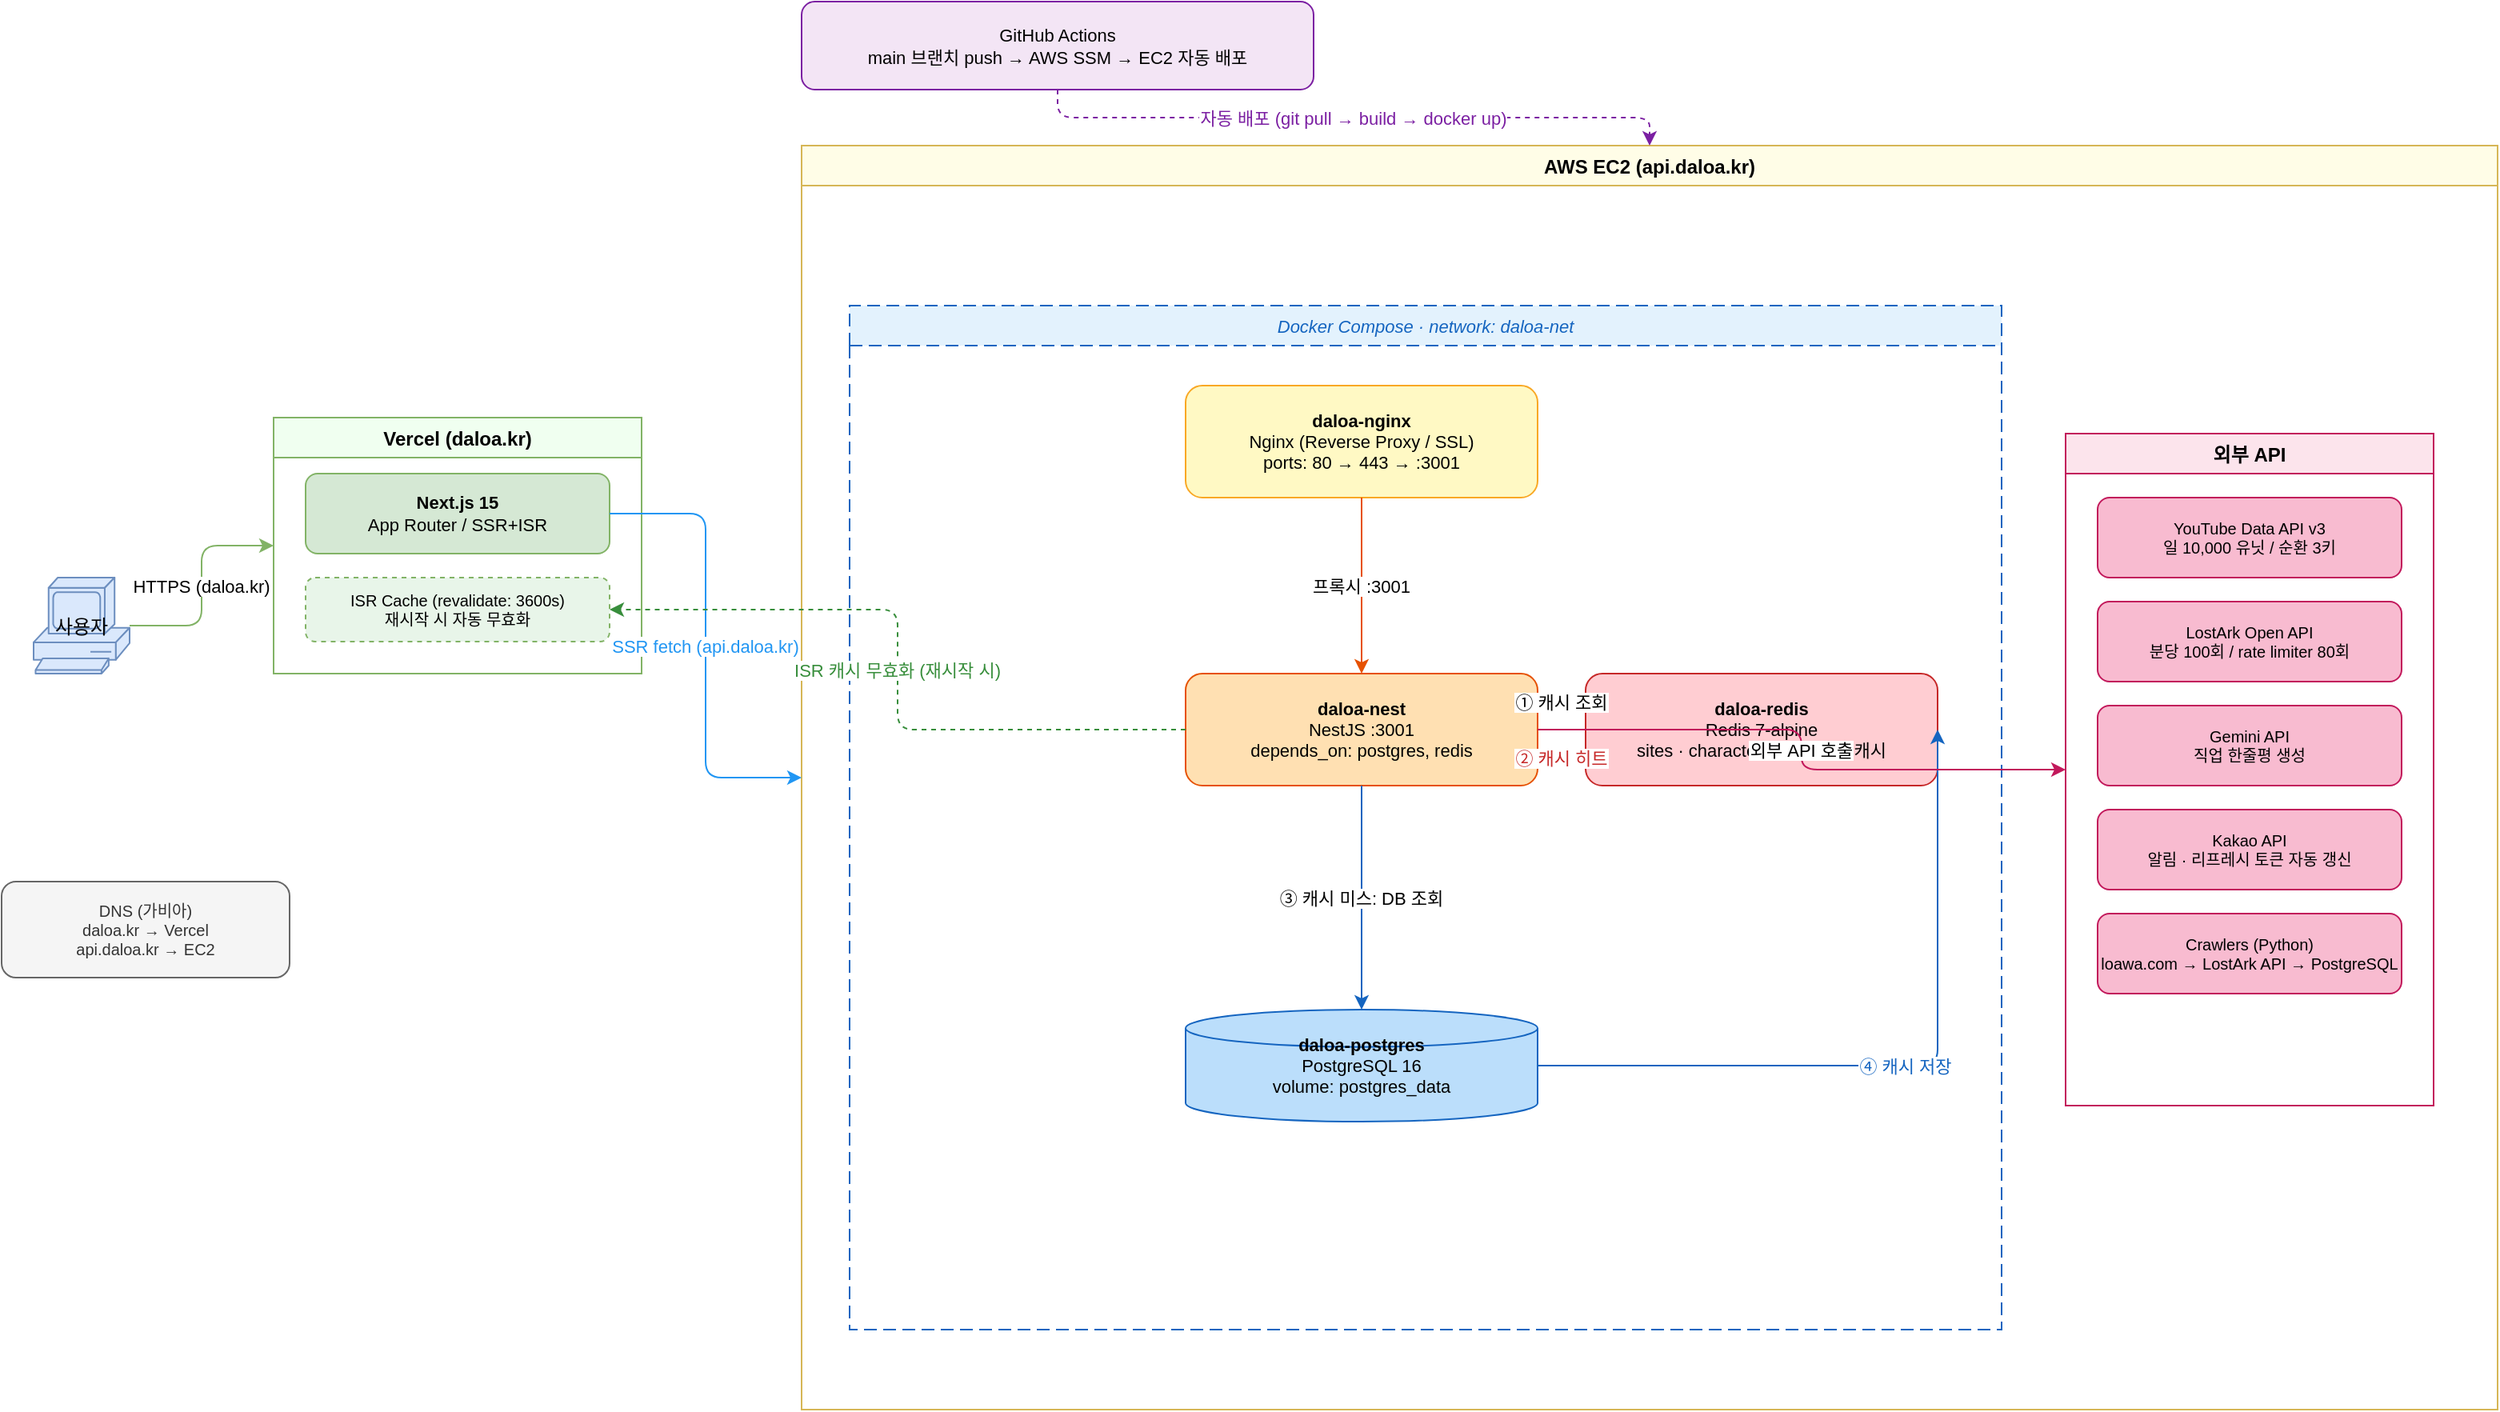
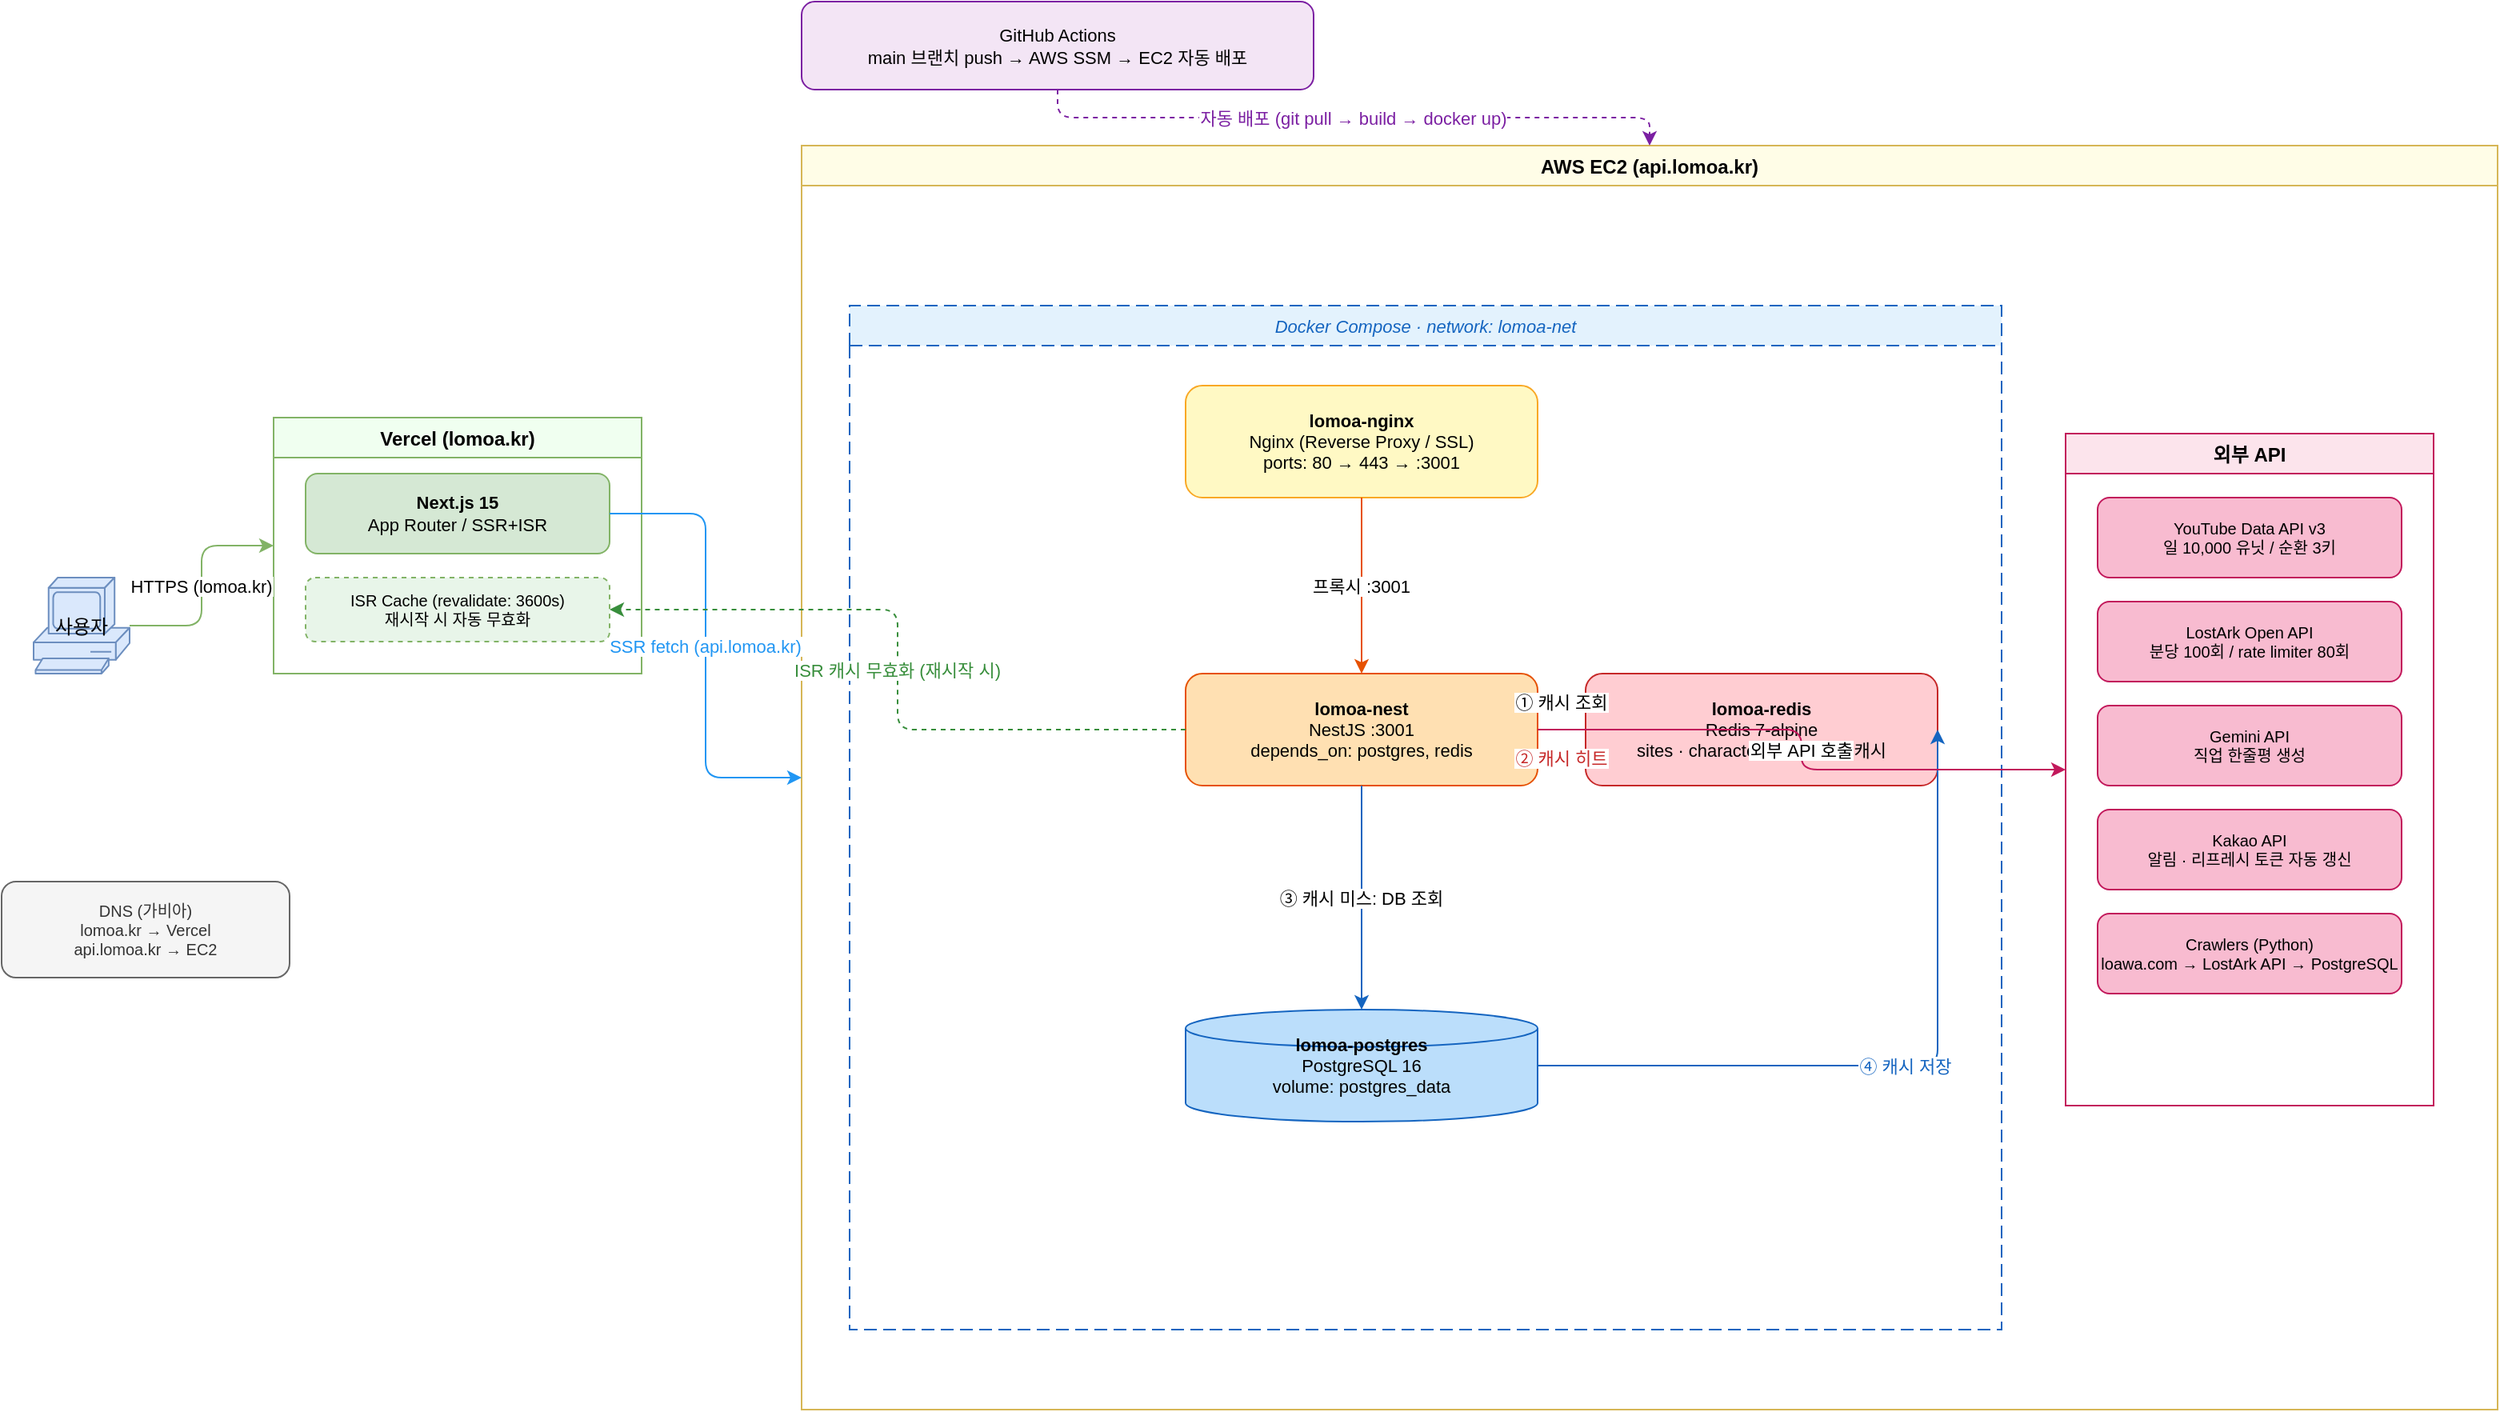
<mxfile host="65bd71144e">
-     <diagram name="Daloa Architecture" id="0">
+     <diagram name="Lomoa Architecture" id="0">
        <mxGraphModel dx="1422" dy="900" grid="1" gridSize="10" guides="1" tooltips="1" connect="1" arrows="1" fold="1" page="1" pageScale="1" pageWidth="1654" pageHeight="1169" math="0" shadow="0">
            <root>
                <mxCell id="0"/>
                <mxCell id="1" parent="0"/>

                <!-- 사용자 -->
                <mxCell id="2" value="사용자" style="shape=mxgraph.cisco.computers_and_peripherals.pc;fillColor=#dae8fc;strokeColor=#6c8ebf;labelBackgroundColor=none;" parent="1" vertex="1">
                    <mxGeometry x="60" y="390" width="60" height="60" as="geometry"/>
                </mxCell>

                <!-- DNS -->
-                 <mxCell id="40" value="DNS (가비아)&#xa;daloa.kr → Vercel&#xa;api.daloa.kr → EC2" style="rounded=1;whiteSpace=wrap;html=1;fillColor=#f5f5f5;strokeColor=#666666;fontColor=#333333;fontSize=10;" parent="1" vertex="1">
+                 <mxCell id="40" value="DNS (가비아)&#xa;lomoa.kr → Vercel&#xa;api.lomoa.kr → EC2" style="rounded=1;whiteSpace=wrap;html=1;fillColor=#f5f5f5;strokeColor=#666666;fontColor=#333333;fontSize=10;" parent="1" vertex="1">
                    <mxGeometry x="40" y="580" width="180" height="60" as="geometry"/>
                </mxCell>

                <!-- Vercel -->
-                 <mxCell id="30" value="Vercel (daloa.kr)" style="swimlane;startSize=25;fillColor=#f0fff0;strokeColor=#82b366;fontStyle=1;fontSize=12;" parent="1" vertex="1">
+                 <mxCell id="30" value="Vercel (lomoa.kr)" style="swimlane;startSize=25;fillColor=#f0fff0;strokeColor=#82b366;fontStyle=1;fontSize=12;" parent="1" vertex="1">
                    <mxGeometry x="210" y="290" width="230" height="160" as="geometry"/>
                </mxCell>
                <mxCell id="3" value="&lt;b&gt;Next.js 15&lt;/b&gt;&#xa;App Router / SSR+ISR" style="rounded=1;whiteSpace=wrap;html=1;fillColor=#d5e8d4;strokeColor=#82b366;fontSize=11;" parent="30" vertex="1">
                    <mxGeometry x="20" y="35" width="190" height="50" as="geometry"/>
                </mxCell>
                <mxCell id="31" value="ISR Cache (revalidate: 3600s)&#xa;재시작 시 자동 무효화" style="rounded=1;whiteSpace=wrap;html=1;fillColor=#e8f5e9;strokeColor=#82b366;fontSize=10;dashed=1;" parent="30" vertex="1">
                    <mxGeometry x="20" y="100" width="190" height="40" as="geometry"/>
                </mxCell>

                <!-- GitHub Actions -->
                <mxCell id="50" value="GitHub Actions&#xa;main 브랜치 push → AWS SSM → EC2 자동 배포" style="rounded=1;whiteSpace=wrap;html=1;fillColor=#f3e5f5;strokeColor=#7b1fa2;fontSize=11;" parent="1" vertex="1">
                    <mxGeometry x="540" y="30" width="320" height="55" as="geometry"/>
                </mxCell>

                <!-- AWS EC2 -->
-                 <mxCell id="11" value="AWS EC2 (api.daloa.kr)" style="swimlane;startSize=25;fillColor=#fffde7;strokeColor=#d6b656;fontStyle=1;fontSize=12;" parent="1" vertex="1">
+                 <mxCell id="11" value="AWS EC2 (api.lomoa.kr)" style="swimlane;startSize=25;fillColor=#fffde7;strokeColor=#d6b656;fontStyle=1;fontSize=12;" parent="1" vertex="1">
                    <mxGeometry x="540" y="120" width="1060" height="790" as="geometry"/>
                </mxCell>

                <!-- Docker Compose -->
-                 <mxCell id="13" value="Docker Compose  ·  network: daloa-net" style="swimlane;startSize=25;fillColor=#e3f2fd;strokeColor=#1565c0;dashed=1;dashPattern=8 4;fontStyle=2;fontSize=11;fontColor=#1565c0;" parent="11" vertex="1">
+                 <mxCell id="13" value="Docker Compose  ·  network: lomoa-net" style="swimlane;startSize=25;fillColor=#e3f2fd;strokeColor=#1565c0;dashed=1;dashPattern=8 4;fontStyle=2;fontSize=11;fontColor=#1565c0;" parent="11" vertex="1">
                    <mxGeometry x="30" y="100" width="720" height="640" as="geometry"/>
                </mxCell>

-                 <!-- daloa-nginx -->
-                 <mxCell id="4" value="&lt;b&gt;daloa-nginx&lt;/b&gt;&#xa;Nginx (Reverse Proxy / SSL)&#xa;ports: 80 → 443 → :3001" style="rounded=1;whiteSpace=wrap;html=1;fillColor=#fff9c4;strokeColor=#f9a825;fontSize=11;" parent="13" vertex="1">
+                 <!-- lomoa-nginx -->
+                 <mxCell id="4" value="&lt;b&gt;lomoa-nginx&lt;/b&gt;&#xa;Nginx (Reverse Proxy / SSL)&#xa;ports: 80 → 443 → :3001" style="rounded=1;whiteSpace=wrap;html=1;fillColor=#fff9c4;strokeColor=#f9a825;fontSize=11;" parent="13" vertex="1">
                    <mxGeometry x="210" y="50" width="220" height="70" as="geometry"/>
                </mxCell>

-                 <!-- daloa-nest -->
-                 <mxCell id="5" value="&lt;b&gt;daloa-nest&lt;/b&gt;&#xa;NestJS :3001&#xa;depends_on: postgres, redis" style="rounded=1;whiteSpace=wrap;html=1;fillColor=#ffe0b2;strokeColor=#e65100;fontSize=11;" parent="13" vertex="1">
+                 <!-- lomoa-nest -->
+                 <mxCell id="5" value="&lt;b&gt;lomoa-nest&lt;/b&gt;&#xa;NestJS :3001&#xa;depends_on: postgres, redis" style="rounded=1;whiteSpace=wrap;html=1;fillColor=#ffe0b2;strokeColor=#e65100;fontSize=11;" parent="13" vertex="1">
                    <mxGeometry x="210" y="230" width="220" height="70" as="geometry"/>
                </mxCell>

-                 <!-- daloa-redis -->
-                 <mxCell id="6" value="&lt;b&gt;daloa-redis&lt;/b&gt;&#xa;Redis 7-alpine&#xa;sites · characters · youtube 캐시" style="rounded=1;whiteSpace=wrap;html=1;fillColor=#ffcdd2;strokeColor=#c62828;fontSize=11;" parent="13" vertex="1">
+                 <!-- lomoa-redis -->
+                 <mxCell id="6" value="&lt;b&gt;lomoa-redis&lt;/b&gt;&#xa;Redis 7-alpine&#xa;sites · characters · youtube 캐시" style="rounded=1;whiteSpace=wrap;html=1;fillColor=#ffcdd2;strokeColor=#c62828;fontSize=11;" parent="13" vertex="1">
                    <mxGeometry x="460" y="230" width="220" height="70" as="geometry"/>
                </mxCell>

-                 <!-- daloa-postgres -->
-                 <mxCell id="7" value="&lt;b&gt;daloa-postgres&lt;/b&gt;&#xa;PostgreSQL 16&#xa;volume: postgres_data" style="shape=mxgraph.flowchart.database;whiteSpace=wrap;html=1;fillColor=#bbdefb;strokeColor=#1565c0;fontSize=11;" parent="13" vertex="1">
+                 <!-- lomoa-postgres -->
+                 <mxCell id="7" value="&lt;b&gt;lomoa-postgres&lt;/b&gt;&#xa;PostgreSQL 16&#xa;volume: postgres_data" style="shape=mxgraph.flowchart.database;whiteSpace=wrap;html=1;fillColor=#bbdefb;strokeColor=#1565c0;fontSize=11;" parent="13" vertex="1">
                    <mxGeometry x="210" y="440" width="220" height="70" as="geometry"/>
                </mxCell>

                <!-- External APIs -->
                <mxCell id="60" value="외부 API" style="swimlane;startSize=25;fillColor=#fce4ec;strokeColor=#c2185b;fontStyle=1;fontSize=12;" parent="11" vertex="1">
                    <mxGeometry x="790" y="180" width="230" height="420" as="geometry"/>
                </mxCell>
                <mxCell id="61" value="YouTube Data API v3&#xa;일 10,000 유닛 / 순환 3키" style="rounded=1;whiteSpace=wrap;html=1;fillColor=#f8bbd0;strokeColor=#c2185b;fontSize=10;" parent="60" vertex="1">
                    <mxGeometry x="20" y="40" width="190" height="50" as="geometry"/>
                </mxCell>
                <mxCell id="62" value="LostArk Open API&#xa;분당 100회 / rate limiter 80회" style="rounded=1;whiteSpace=wrap;html=1;fillColor=#f8bbd0;strokeColor=#c2185b;fontSize=10;" parent="60" vertex="1">
                    <mxGeometry x="20" y="105" width="190" height="50" as="geometry"/>
                </mxCell>
                <mxCell id="63" value="Gemini API&#xa;직업 한줄평 생성" style="rounded=1;whiteSpace=wrap;html=1;fillColor=#f8bbd0;strokeColor=#c2185b;fontSize=10;" parent="60" vertex="1">
                    <mxGeometry x="20" y="170" width="190" height="50" as="geometry"/>
                </mxCell>
                <mxCell id="64" value="Kakao API&#xa;알림 · 리프레시 토큰 자동 갱신" style="rounded=1;whiteSpace=wrap;html=1;fillColor=#f8bbd0;strokeColor=#c2185b;fontSize=10;" parent="60" vertex="1">
                    <mxGeometry x="20" y="235" width="190" height="50" as="geometry"/>
                </mxCell>
                <mxCell id="65" value="Crawlers (Python)&#xa;loawa.com → LostArk API → PostgreSQL" style="rounded=1;whiteSpace=wrap;html=1;fillColor=#f8bbd0;strokeColor=#c2185b;fontSize=10;" parent="60" vertex="1">
                    <mxGeometry x="20" y="300" width="190" height="50" as="geometry"/>
                </mxCell>

                <!-- Edges: 사용자 → Vercel -->
-                 <mxCell id="20" value="HTTPS (daloa.kr)" style="edgeStyle=orthogonalEdgeStyle;strokeColor=#82b366;" parent="1" source="2" target="30" edge="1">
+                 <mxCell id="20" value="HTTPS (lomoa.kr)" style="edgeStyle=orthogonalEdgeStyle;strokeColor=#82b366;" parent="1" source="2" target="30" edge="1">
                    <mxGeometry relative="1" as="geometry"/>
                </mxCell>

-                 <!-- 사용자 → EC2 Nginx (api.daloa.kr 직접 호출 없음, SSR이 대신함) -->
+                 <!-- 사용자 → EC2 Nginx (api.lomoa.kr 직접 호출 없음, SSR이 대신함) -->

                <!-- Next.js → EC2 (SSR fetch) -->
-                 <mxCell id="22" value="SSR fetch (api.daloa.kr)" style="edgeStyle=orthogonalEdgeStyle;strokeColor=#2196f3;fontColor=#2196f3;" parent="1" source="3" target="11" edge="1">
+                 <mxCell id="22" value="SSR fetch (api.lomoa.kr)" style="edgeStyle=orthogonalEdgeStyle;strokeColor=#2196f3;fontColor=#2196f3;" parent="1" source="3" target="11" edge="1">
                    <mxGeometry relative="1" as="geometry"/>
                </mxCell>

                <!-- Nginx → NestJS -->
                <mxCell id="23" value="프록시 :3001" style="edgeStyle=orthogonalEdgeStyle;strokeColor=#e65100;" parent="13" source="4" target="5" edge="1">
                    <mxGeometry relative="1" as="geometry"/>
                </mxCell>

                <!-- NestJS → Redis 캐시 조회 -->
                <mxCell id="24" value="① 캐시 조회" style="edgeStyle=orthogonalEdgeStyle;exitX=1;exitY=0.25;exitDx=0;exitDy=0;entryX=0;entryY=0.25;entryDx=0;entryDy=0;strokeColor=#c62828;labelBackgroundColor=#ffffff;" parent="13" source="5" target="6" edge="1">
                    <mxGeometry relative="1" as="geometry"/>
                </mxCell>

                <!-- Redis → NestJS 캐시 히트 -->
                <mxCell id="26" value="② 캐시 히트" style="edgeStyle=orthogonalEdgeStyle;exitX=0;exitY=0.75;exitDx=0;exitDy=0;entryX=1;entryY=0.75;entryDx=0;entryDy=0;dashed=1;strokeColor=#c62828;fontColor=#c62828;labelBackgroundColor=#ffffff;" parent="13" source="6" target="5" edge="1">
                    <mxGeometry relative="1" as="geometry"/>
                </mxCell>

                <!-- NestJS → PostgreSQL 캐시 미스 -->
                <mxCell id="25" value="③ 캐시 미스: DB 조회" style="edgeStyle=orthogonalEdgeStyle;strokeColor=#1565c0;labelBackgroundColor=#ffffff;" parent="13" source="5" target="7" edge="1">
                    <mxGeometry relative="1" as="geometry"/>
                </mxCell>

                <!-- PostgreSQL → Redis 캐시 저장 -->
                <mxCell id="27" value="④ 캐시 저장" style="edgeStyle=orthogonalEdgeStyle;exitX=1;exitY=0.5;exitDx=0;exitDy=0;entryX=1;entryY=0.5;entryDx=0;entryDy=0;strokeColor=#1565c0;fontColor=#1565c0;labelBackgroundColor=#ffffff;" parent="13" source="7" target="6" edge="1">
                    <mxGeometry relative="1" as="geometry">
                        <Array as="points">
                            <mxPoint x="680" y="475"/>
                            <mxPoint x="680" y="265"/>
                        </Array>
                    </mxGeometry>
                </mxCell>

                <!-- NestJS → External APIs -->
                <mxCell id="66" value="외부 API 호출" style="edgeStyle=orthogonalEdgeStyle;strokeColor=#c2185b;exitX=1;exitY=0.5;exitDx=0;exitDy=0;" parent="13" source="5" target="60" edge="1">
                    <mxGeometry relative="1" as="geometry"/>
                </mxCell>

                <!-- GitHub Actions → EC2 자동 배포 -->
                <mxCell id="51" value="자동 배포 (git pull → build → docker up)" style="edgeStyle=orthogonalEdgeStyle;strokeColor=#7b1fa2;dashed=1;fontColor=#7b1fa2;" parent="1" source="50" target="11" edge="1">
                    <mxGeometry relative="1" as="geometry"/>
                </mxCell>

                <!-- NestJS → Vercel ISR 무효화 (재시작 시) -->
                <mxCell id="70" value="ISR 캐시 무효화 (재시작 시)" style="edgeStyle=orthogonalEdgeStyle;strokeColor=#388e3c;dashed=1;fontColor=#388e3c;labelBackgroundColor=#ffffff;exitX=0;exitY=0.5;exitDx=0;exitDy=0;entryX=1;entryY=0.5;entryDx=0;entryDy=0;" parent="1" source="5" target="31" edge="1">
                    <mxGeometry relative="1" as="geometry"/>
                </mxCell>
            </root>
        </mxGraphModel>
    </diagram>
</mxfile>
